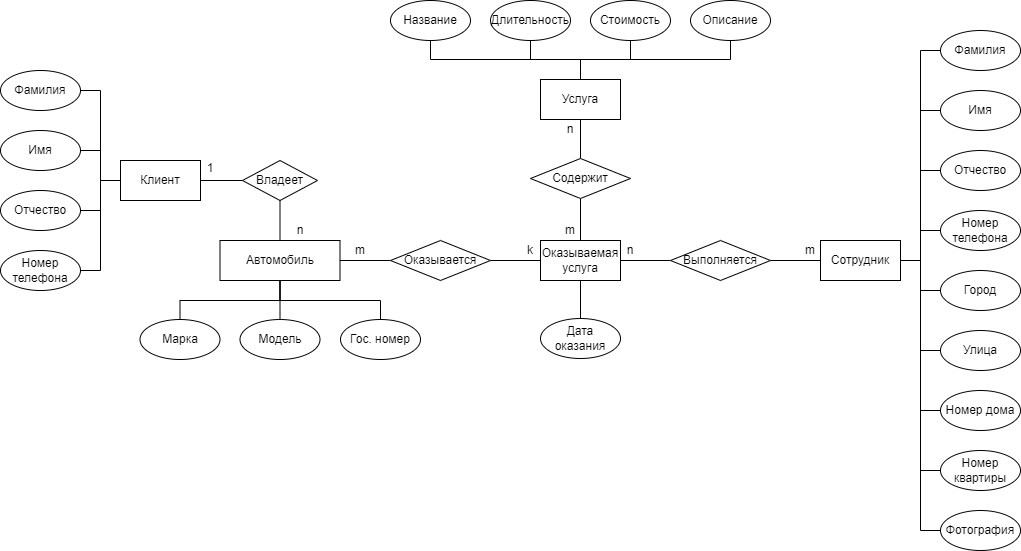
Above: Concept.drawio.png in Mejioy/SUBD (draw.io), before the change. Source tidied: cells renumbered, new cells last; positions are measured from the earlier drawing's top-left corner, leaving out a move shared by most shapes.
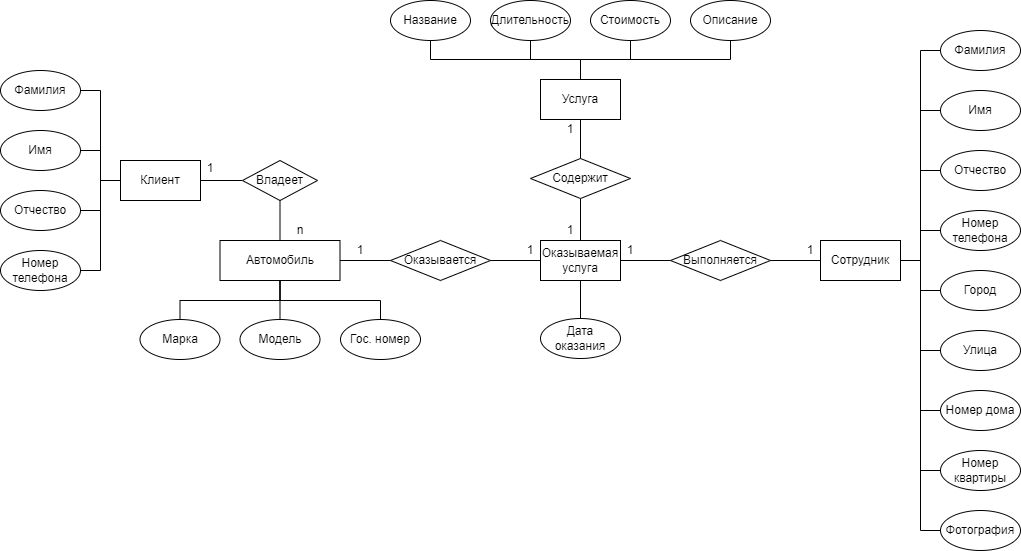
After the change.

Diff of the diagram source:
```diff
@@ -202,22 +202,22 @@
     <mxCell id="61" value="1" style="text;html=1;strokeColor=none;fillColor=none;align=center;verticalAlign=middle;whiteSpace=wrap;rounded=0;" parent="1" vertex="1">
       <mxGeometry x="200" y="158" width="20" height="20" as="geometry" />
     </mxCell>
-    <mxCell id="62" value="m" style="text;html=1;strokeColor=none;fillColor=none;align=center;verticalAlign=middle;whiteSpace=wrap;rounded=0;" parent="1" vertex="1">
+    <mxCell id="62" value="1" style="text;html=1;strokeColor=none;fillColor=none;align=center;verticalAlign=middle;whiteSpace=wrap;rounded=0;" parent="1" vertex="1">
       <mxGeometry x="350" y="240" width="20" height="20" as="geometry" />
     </mxCell>
-    <mxCell id="63" value="k" style="text;html=1;strokeColor=none;fillColor=none;align=center;verticalAlign=middle;whiteSpace=wrap;rounded=0;" parent="1" vertex="1">
+    <mxCell id="63" value="1" style="text;html=1;strokeColor=none;fillColor=none;align=center;verticalAlign=middle;whiteSpace=wrap;rounded=0;" parent="1" vertex="1">
       <mxGeometry x="520" y="240" width="20" height="20" as="geometry" />
     </mxCell>
-    <mxCell id="64" value="n" style="text;html=1;strokeColor=none;fillColor=none;align=center;verticalAlign=middle;whiteSpace=wrap;rounded=0;" parent="1" vertex="1">
+    <mxCell id="64" value="1" style="text;html=1;strokeColor=none;fillColor=none;align=center;verticalAlign=middle;whiteSpace=wrap;rounded=0;" parent="1" vertex="1">
       <mxGeometry x="560" y="119" width="20" height="20" as="geometry" />
     </mxCell>
-    <mxCell id="65" value="m" style="text;html=1;strokeColor=none;fillColor=none;align=center;verticalAlign=middle;whiteSpace=wrap;rounded=0;" parent="1" vertex="1">
+    <mxCell id="65" value="1" style="text;html=1;strokeColor=none;fillColor=none;align=center;verticalAlign=middle;whiteSpace=wrap;rounded=0;" parent="1" vertex="1">
       <mxGeometry x="560" y="220" width="20" height="20" as="geometry" />
     </mxCell>
-    <mxCell id="66" value="n" style="text;html=1;strokeColor=none;fillColor=none;align=center;verticalAlign=middle;whiteSpace=wrap;rounded=0;" parent="1" vertex="1">
+    <mxCell id="66" value="1" style="text;html=1;strokeColor=none;fillColor=none;align=center;verticalAlign=middle;whiteSpace=wrap;rounded=0;" parent="1" vertex="1">
       <mxGeometry x="620" y="240" width="20" height="20" as="geometry" />
     </mxCell>
-    <mxCell id="67" value="m" style="text;html=1;strokeColor=none;fillColor=none;align=center;verticalAlign=middle;whiteSpace=wrap;rounded=0;" parent="1" vertex="1">
+    <mxCell id="67" value="1" style="text;html=1;strokeColor=none;fillColor=none;align=center;verticalAlign=middle;whiteSpace=wrap;rounded=0;" parent="1" vertex="1">
       <mxGeometry x="800" y="240" width="20" height="20" as="geometry" />
     </mxCell>
     <mxCell id="68" value="Фотография" style="ellipse;whiteSpace=wrap;html=1;" parent="1" vertex="1">
```
